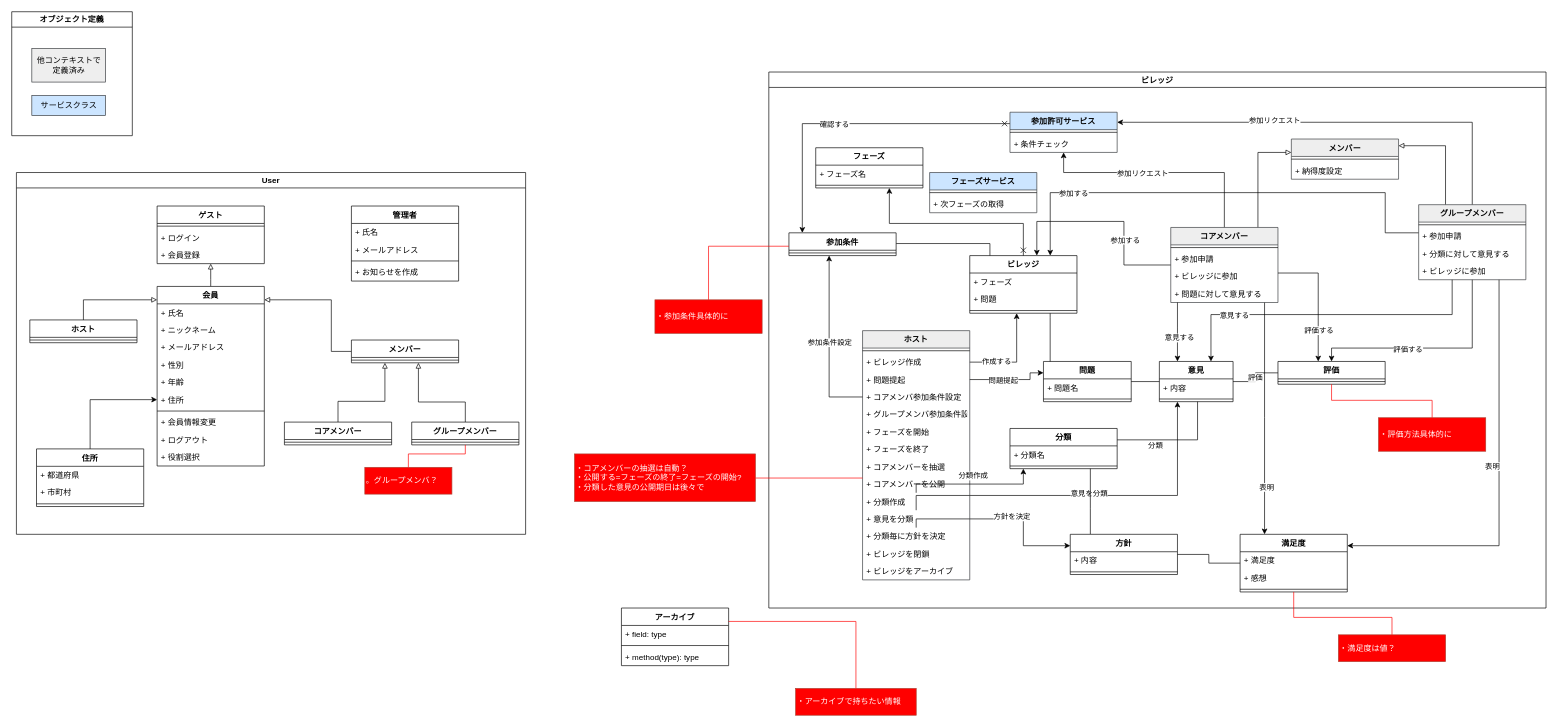
Before: 設計資料/UML/クラス図.drawio in ShunMitsuoka/TachiNoVoice_doc, a draw.io diagram. Source tidied: cells renumbered, new cells numbered last; positions are measured from the earlier drawing's top-left corner, leaving out a move shared by most shapes. Both pictures are drawn from the tidied source at 67%, with x=0, y=0 at pixel (11, 11).
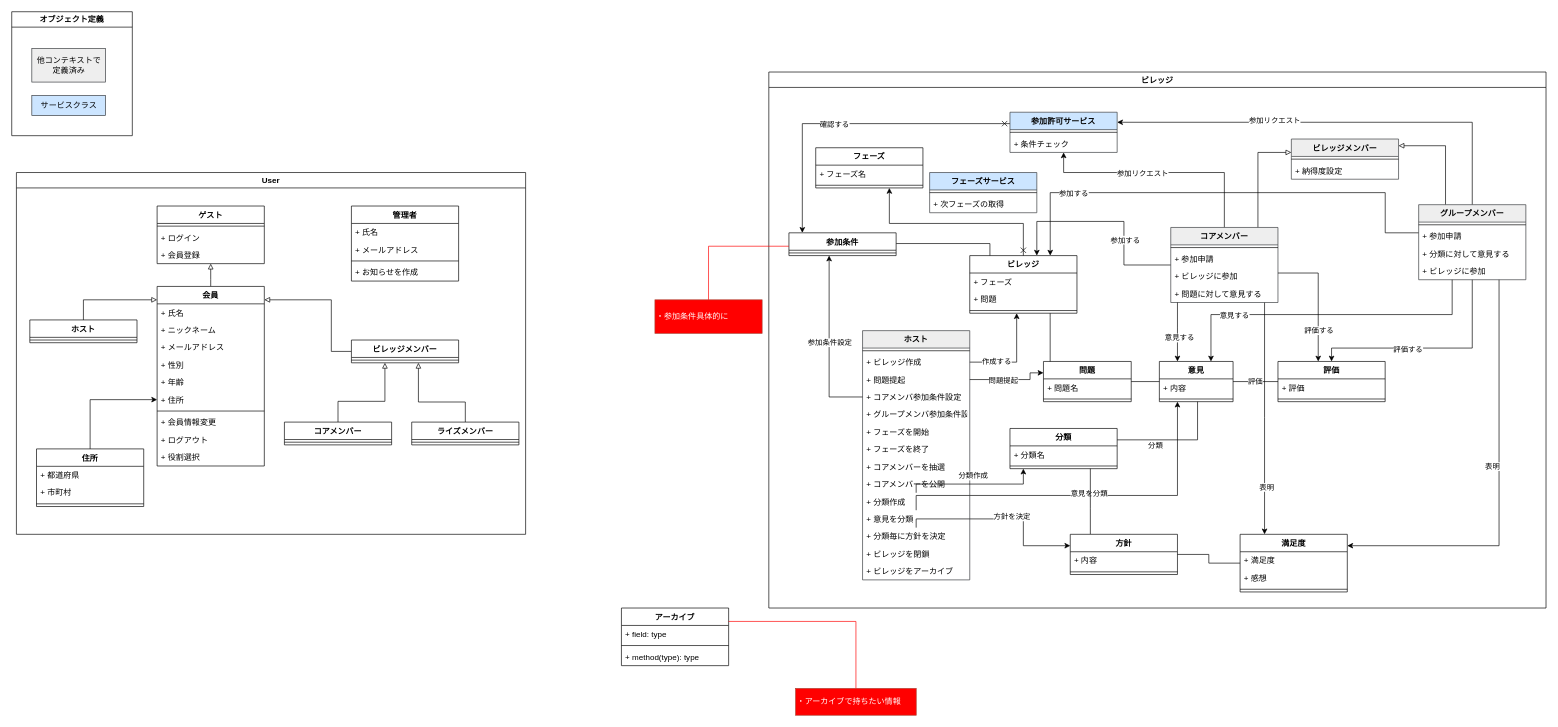
Above is the later version.

The change refers to these unchanged cells:
```xml
<mxCell id="2" value="User" style="swimlane;" parent="1" vertex="1">
  <mxGeometry x="7" y="240" width="760" height="540" as="geometry" />
</mxCell>
<mxCell id="43" value="ビレッジ" style="swimlane;" parent="1" vertex="1">
  <mxGeometry x="1130" y="90" width="1160" height="800" as="geometry" />
</mxCell>
<mxCell id="50" value="ホスト" style="swimlane;fontStyle=1;align=center;verticalAlign=top;horizontal=1;startSize=26;fillColor=#eeeeee;strokeColor=#36393d;" parent="43" vertex="1">
  <mxGeometry x="139.9" y="386" width="160" height="372" as="geometry" />
</mxCell>
<mxCell id="126" value="満足度" style="swimlane;fontStyle=1;align=center;verticalAlign=top;horizontal=1;startSize=26;" parent="43" vertex="1">
  <mxGeometry x="703.4" y="690" width="160" height="86" as="geometry" />
</mxCell>
```

The edit, as a diff of the source:
```diff
@@
-    <mxCell id="26" value="グループメンバー" style="swimlane;fontStyle=1;align=center;verticalAlign=top;horizontal=1;startSize=26;" parent="2" vertex="1">
+    <mxCell id="26" value="ライズメンバー" style="swimlane;fontStyle=1;align=center;verticalAlign=top;horizontal=1;startSize=26;" parent="2" vertex="1">
       <mxGeometry x="590" y="372.5" width="160" height="34" as="geometry" />
     </mxCell>
@@
-    <mxCell id="34" value="メンバー" style="swimlane;fontStyle=1;align=center;verticalAlign=top;horizontal=1;startSize=26;" parent="2" vertex="1">
+    <mxCell id="34" value="ビレッジメンバー" style="swimlane;fontStyle=1;align=center;verticalAlign=top;horizontal=1;startSize=26;" parent="2" vertex="1">
       <mxGeometry x="500" y="250" width="160" height="34" as="geometry" />
     </mxCell>
@@
-    <mxCell id="41" value="&lt;span style=&quot;background-color: initial;&quot;&gt;&lt;font color=&quot;#ffffff&quot;&gt;。グループメンバ？&lt;/font&gt;&lt;br&gt;&lt;/span&gt;" style="whiteSpace=wrap;html=1;align=left;verticalAlign=middle;newEdgeStyle={&quot;edgeStyle&quot;:&quot;elbowEdgeStyle&quot;,&quot;startArrow&quot;:&quot;none&quot;,&quot;endArrow&quot;:&quot;none&quot;};fillColor=#FF0000;strokeColor=#ae4132;" parent="2" vertex="1">
-      <mxGeometry x="520" y="440" width="130" height="40" as="geometry" />
-    </mxCell>
-    <mxCell id="42" style="edgeStyle=orthogonalEdgeStyle;rounded=0;jettySize=auto;html=1;fontColor=#000000;endArrow=none;endFill=0;strokeColor=#FF0000;" parent="2" edge="1" source="41" target="26">
-      <mxGeometry relative="1" as="geometry" />
-    </mxCell>
@@
     <mxCell id="124" value="評価" style="swimlane;fontStyle=1;align=center;verticalAlign=top;horizontal=1;startSize=26;" parent="43" vertex="1">
-      <mxGeometry x="759.9" y="432" width="160" height="34" as="geometry" />
+      <mxGeometry x="759.9" y="432" width="160" height="60" as="geometry" />
     </mxCell>
+    <mxCell id="167" value="+ 評価" style="text;strokeColor=none;fillColor=none;align=left;verticalAlign=top;spacingLeft=4;spacingRight=4;overflow=hidden;" parent="124" vertex="1">
+      <mxGeometry y="26" width="160" height="26" as="geometry" />
+    </mxCell>
     <mxCell id="125" style="line;strokeWidth=1;fillColor=none;align=left;verticalAlign=middle;spacingTop=-1;spacingLeft=3;spacingRight=3;labelPosition=right;" parent="124" vertex="1">
-      <mxGeometry y="26" width="160" height="8" as="geometry" />
+      <mxGeometry y="52" width="160" height="8" as="geometry" />
     </mxCell>
@@
-    <mxCell id="144" value="メンバー" style="swimlane;fontStyle=1;align=center;verticalAlign=top;horizontal=1;startSize=26;fillColor=#eeeeee;strokeColor=#36393d;" parent="43" vertex="1">
+    <mxCell id="144" value="ビレッジメンバー" style="swimlane;fontStyle=1;align=center;verticalAlign=top;horizontal=1;startSize=26;fillColor=#eeeeee;strokeColor=#36393d;" parent="43" vertex="1">
       <mxGeometry x="779.9" y="100" width="160" height="60" as="geometry" />
     </mxCell>
@@
-    <mxCell id="150" value="&lt;span style=&quot;background-color: initial;&quot;&gt;&lt;font color=&quot;#ffffff&quot;&gt;・評価方法具体的に&lt;/font&gt;&lt;br&gt;&lt;/span&gt;" style="whiteSpace=wrap;html=1;align=left;verticalAlign=middle;newEdgeStyle={&quot;edgeStyle&quot;:&quot;elbowEdgeStyle&quot;,&quot;startArrow&quot;:&quot;none&quot;,&quot;endArrow&quot;:&quot;none&quot;};fillColor=#FF0000;strokeColor=#ae4132;" parent="43" vertex="1">
-      <mxGeometry x="910" y="516" width="160" height="50" as="geometry" />
-    </mxCell>
-    <mxCell id="151" style="edgeStyle=elbowEdgeStyle;elbow=vertical;startArrow=none;endArrow=none;rounded=0;strokeColor=#FF0000;" parent="43" edge="1" source="124" target="150">
-      <mxGeometry relative="1" as="geometry">
-        <Array as="points">
-          <mxPoint x="990" y="490" />
-        </Array>
-      </mxGeometry>
-    </mxCell>
@@
-    <mxCell id="155" value="&lt;span style=&quot;background-color: initial;&quot;&gt;&lt;font color=&quot;#ffffff&quot;&gt;・コアメンバーの抽選は自動？&lt;br&gt;・公開する=フェーズの終了=フェーズの開始?&lt;br&gt;・分類した意見の公開期日は後々で&lt;/font&gt;&lt;br&gt;&lt;/span&gt;" style="whiteSpace=wrap;html=1;align=left;verticalAlign=middle;newEdgeStyle={&quot;edgeStyle&quot;:&quot;elbowEdgeStyle&quot;,&quot;startArrow&quot;:&quot;none&quot;,&quot;endArrow&quot;:&quot;none&quot;};fillColor=#FF0000;strokeColor=#ae4132;" parent="1" vertex="1">
-      <mxGeometry x="840" y="660" width="270" height="71" as="geometry" />
-    </mxCell>
-    <mxCell id="156" style="edgeStyle=elbowEdgeStyle;elbow=vertical;startArrow=none;endArrow=none;rounded=0;strokeColor=#FF0000;" parent="1" edge="1" source="50" target="155">
-      <mxGeometry relative="1" as="geometry" />
-    </mxCell>
@@
-    <mxCell id="159" value="&lt;span style=&quot;background-color: initial;&quot;&gt;&lt;font color=&quot;#ffffff&quot;&gt;・満足度は値？&lt;/font&gt;&lt;br&gt;&lt;/span&gt;" style="whiteSpace=wrap;html=1;align=left;verticalAlign=middle;newEdgeStyle={&quot;edgeStyle&quot;:&quot;elbowEdgeStyle&quot;,&quot;startArrow&quot;:&quot;none&quot;,&quot;endArrow&quot;:&quot;none&quot;};fillColor=#FF0000;strokeColor=#ae4132;" parent="1" vertex="1">
-      <mxGeometry x="1980.1" y="930" width="160" height="40" as="geometry" />
-    </mxCell>
-    <mxCell id="160" style="edgeStyle=elbowEdgeStyle;elbow=vertical;startArrow=none;endArrow=none;rounded=0;strokeColor=#FF0000;" parent="1" edge="1" source="126" target="159">
-      <mxGeometry relative="1" as="geometry">
-        <Array as="points">
-          <mxPoint x="2060.1" y="904" />
-        </Array>
-      </mxGeometry>
-    </mxCell>
```
